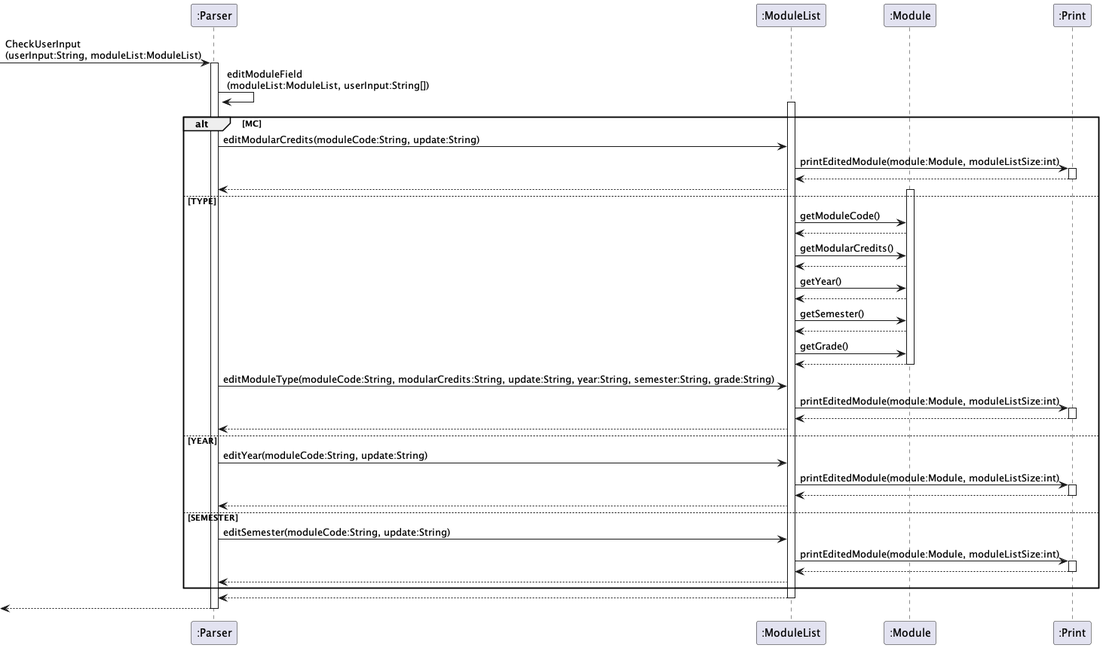
Above: docs/diagrams/EditCommand.png in saintzaw/tp (PlantUML), before the change. The source it was exported from:
```plantuml
@startuml

participant ":Parser" as Parser
participant ":ModuleList" as ML
participant ":Module" as Mod
participant ":Print" as Print
[->Parser : CheckUserInput\n(userInput:String, moduleList:ModuleList)
activate Parser
Parser->Parser : editModuleField\n(moduleList:ModuleList, userInput:String[])
activate ML
alt MC
    Parser -> ML : editModularCredits(moduleCode:String, update:String)
    ML -> Print : printEditedModule(module:Module, moduleListSize:int)
    activate Print
    Print --> ML
    deactivate Print
    ML --> Parser
else TYPE
    activate Mod
    ML -> Mod: getModuleCode()
    Mod --> ML
    ML -> Mod: getModularCredits()
    Mod --> ML
    ML -> Mod: getYear()
    Mod --> ML
    ML -> Mod: getSemester()
    Mod --> ML
    ML -> Mod: getGrade()
    Mod --> ML
    deactivate Mod
    Parser -> ML : editModuleType(moduleCode:String, modularCredits:String, update:String, year:String, semester:String, grade:String)
    ML -> Print : printEditedModule(module:Module, moduleListSize:int)
    activate Print
    Print --> ML
    deactivate Print
    ML --> Parser
else YEAR
    Parser -> ML : editYear(moduleCode:String, update:String)
    ML -> Print : printEditedModule(module:Module, moduleListSize:int)
    activate Print
    Print --> ML
    deactivate Print
    ML --> Parser
else SEMESTER
    Parser -> ML : editSemester(moduleCode:String, update:String)
    ML -> Print : printEditedModule(module:Module, moduleListSize:int)
    activate Print
    Print --> ML
    deactivate Print
    ML --> Parser
end
ML --> Parser
deactivate ML
Parser-->[
deactivate Parser

@enduml
```
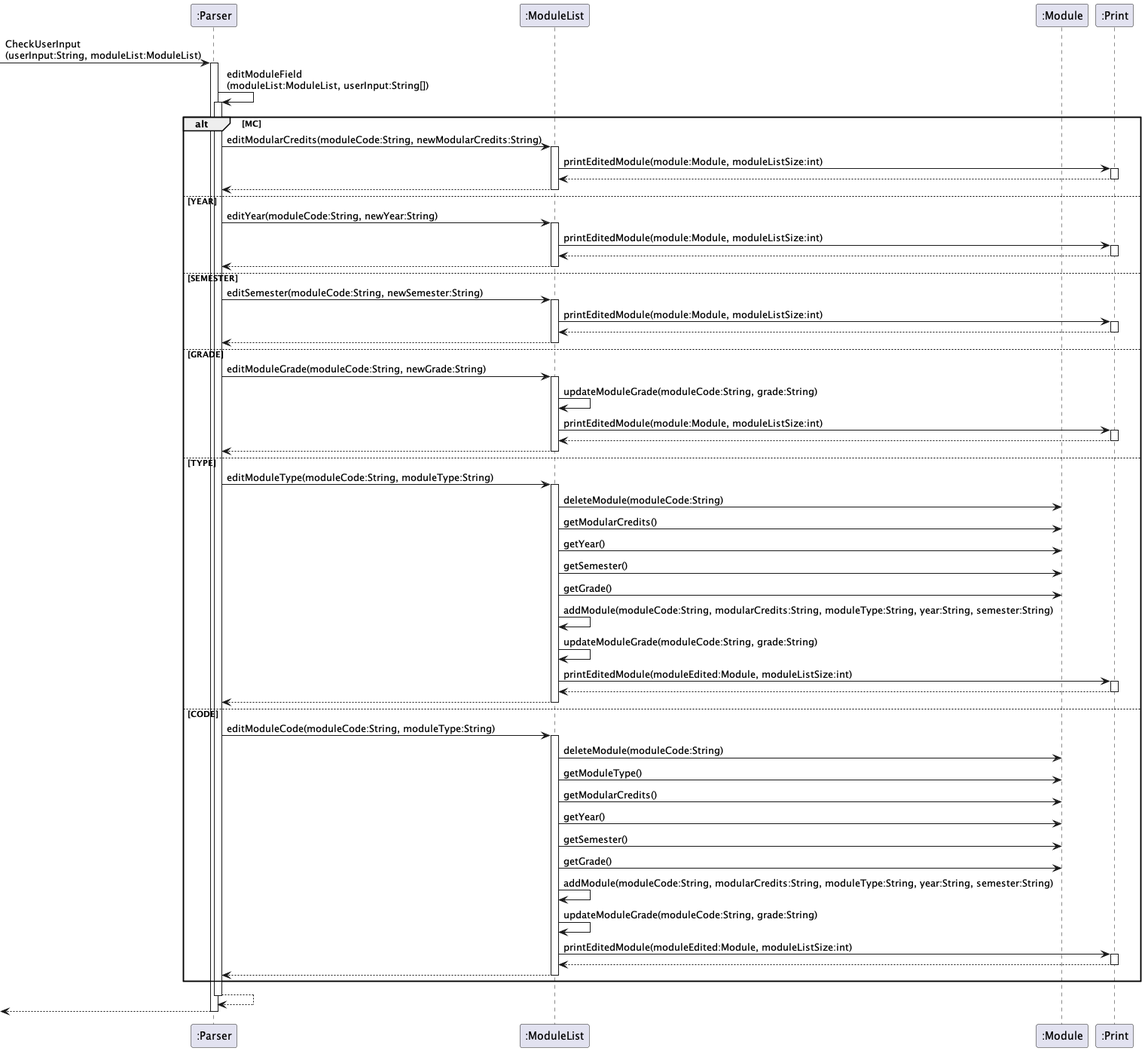
Above is the later version.

Commit message:
Update edit sequence diagram

What changed in the source:
```diff
@@ -6,51 +6,91 @@
 participant ":Print" as Print
 [->Parser : CheckUserInput\n(userInput:String, moduleList:ModuleList)
 activate Parser
-Parser->Parser : editModuleField\n(moduleList:ModuleList, userInput:String[])
-activate ML
+Parser -> Parser : editModuleField\n(moduleList:ModuleList, userInput:String[])
+activate Parser
+
+
 alt MC
-    Parser -> ML : editModularCredits(moduleCode:String, update:String)
+    Parser -> ML : editModularCredits(moduleCode:String, newModularCredits:String)
+    activate ML
     ML -> Print : printEditedModule(module:Module, moduleListSize:int)
     activate Print
     Print --> ML
     deactivate Print
     ML --> Parser
-else TYPE
-    activate Mod
-    ML -> Mod: getModuleCode()
-    Mod --> ML
-    ML -> Mod: getModularCredits()
-    Mod --> ML
-    ML -> Mod: getYear()
-    Mod --> ML
-    ML -> Mod: getSemester()
-    Mod --> ML
-    ML -> Mod: getGrade()
-    Mod --> ML
-    deactivate Mod
-    Parser -> ML : editModuleType(moduleCode:String, modularCredits:String, update:String, year:String, semester:String, grade:String)
+    deactivate ML
+else YEAR
+    Parser -> ML : editYear(moduleCode:String, newYear:String)
+    activate ML
     ML -> Print : printEditedModule(module:Module, moduleListSize:int)
     activate Print
     Print --> ML
     deactivate Print
     ML --> Parser
-else YEAR
-    Parser -> ML : editYear(moduleCode:String, update:String)
+    deactivate ML
+else SEMESTER
+    Parser -> ML : editSemester(moduleCode:String, newSemester:String)
+    activate ML
     ML -> Print : printEditedModule(module:Module, moduleListSize:int)
     activate Print
     Print --> ML
     deactivate Print
     ML --> Parser
-else SEMESTER
-    Parser -> ML : editSemester(moduleCode:String, update:String)
+    deactivate ML
+else GRADE
+    Parser -> ML : editModuleGrade(moduleCode:String, newGrade:String)
+    activate ML
+    ML -> ML: updateModuleGrade(moduleCode:String, grade:String)
+
     ML -> Print : printEditedModule(module:Module, moduleListSize:int)
     activate Print
     Print --> ML
     deactivate Print
     ML --> Parser
+    deactivate ML
+else TYPE
+    Parser -> ML : editModuleType(moduleCode:String, moduleType:String)
+    activate ML
+        ML -> Mod: deleteModule(moduleCode:String)
+        ML -> Mod: getModularCredits()
+        ML -> Mod: getYear()
+        ML -> Mod: getSemester()
+        ML -> Mod: getGrade()
+
+        ML -> ML: addModule(moduleCode:String, modularCredits:String, moduleType:String, year:String, semester:String)
+
+        ML -> ML: updateModuleGrade(moduleCode:String, grade:String)
+
+        ML -> Print : printEditedModule(moduleEdited:Module, moduleListSize:int)
+        activate Print
+        Print --> ML
+        deactivate Print
+    ML --> Parser
+    deactivate ML
+else CODE
+    Parser -> ML : editModuleCode(moduleCode:String, moduleType:String)
+    activate ML
+        ML -> Mod: deleteModule(moduleCode:String)
+        ML -> Mod: getModuleType()
+        ML -> Mod: getModularCredits()
+        ML -> Mod: getYear()
+        ML -> Mod: getSemester()
+        ML -> Mod: getGrade()
+
+        ML -> ML: addModule(moduleCode:String, modularCredits:String, moduleType:String, year:String, semester:String)
+
+        ML -> ML: updateModuleGrade(moduleCode:String, grade:String)
+
+        ML -> Print : printEditedModule(moduleEdited:Module, moduleListSize:int)
+        activate Print
+        Print --> ML
+        deactivate Print
+    ML --> Parser
+    deactivate ML
 end
-ML --> Parser
-deactivate ML
+Parser --> Parser
+deactivate Parser
+
 Parser-->[
 deactivate Parser
 
```
